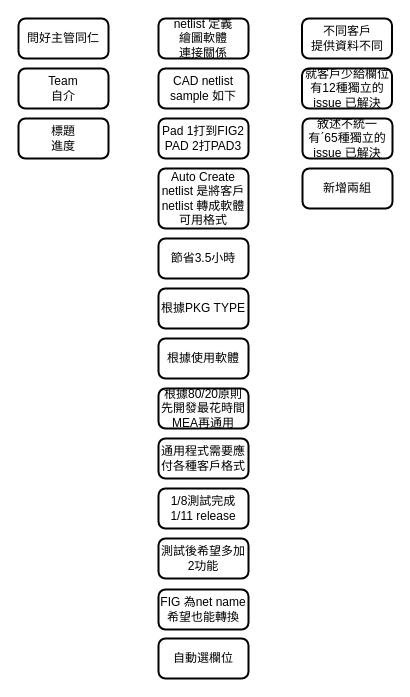
Above: resent.drawio in adrianwu0131/test-repo (draw.io), before the change. Source tidied: cells renumbered, new cells numbered last; positions are measured from the earlier drawing's top-left corner, leaving out a move shared by most shapes. Both pictures are drawn from the tidied source at 100%, with x=0, y=0 at pixel (18, 18).
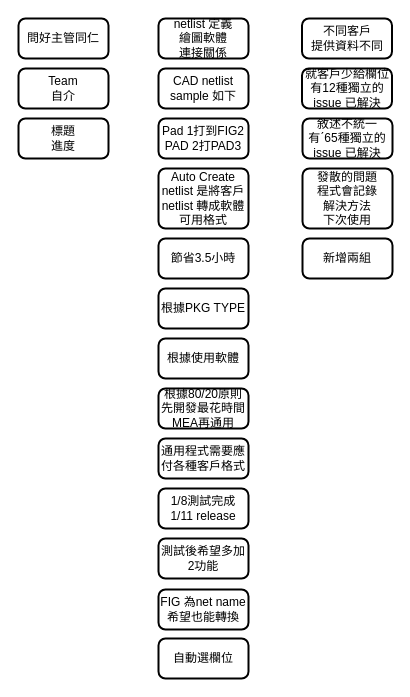
The same diagram, later.

Change to the diagram source:
```diff
@@
     <mxCell id="21" value="新增兩組" style="rounded=1;whiteSpace=wrap;html=1;absoluteArcSize=1;arcSize=14;strokeWidth=2;" parent="1" vertex="1">
-      <mxGeometry x="284" y="150" width="90" height="40" as="geometry" />
+      <mxGeometry x="284" y="220" width="90" height="40" as="geometry" />
     </mxCell>
+    <mxCell id="22" value="發散的問題&lt;br&gt;程式會記錄&lt;br&gt;解決方法&lt;br&gt;下次使用" style="rounded=1;whiteSpace=wrap;html=1;absoluteArcSize=1;arcSize=14;strokeWidth=2;" parent="1" vertex="1">
+      <mxGeometry x="284" y="150" width="90" height="60" as="geometry" />
+    </mxCell>
```
